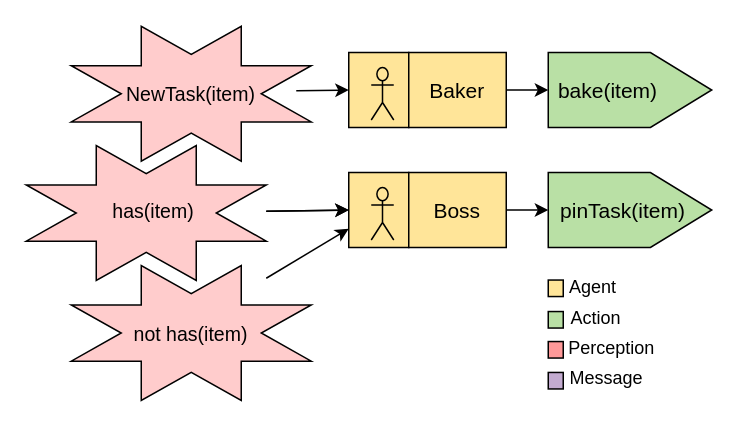
Above: examples/BakeryReact/Prometheus_Bakery.drawio in Maumagnaguagno/Locus (draw.io), before the change. Source tidied: cells renumbered, new cells numbered last; positions are measured from the earlier drawing's top-left corner, leaving out a move shared by most shapes. Both pictures are drawn from the tidied source at 150%, with x=0, y=0 at pixel (26, 8).
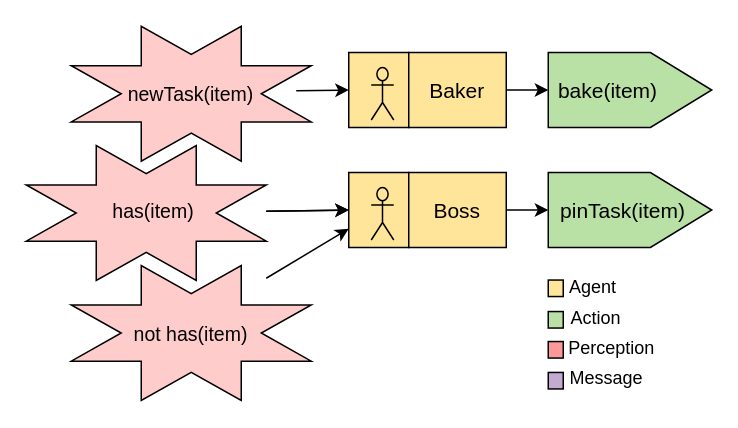
The same page after the edit.

Commit message (it also covers changes not shown here):
Fix typo in SVG [ci skip]

What changed in the source:
```diff
@@
-    <mxCell id="8" value="NewTask(item)" style="text;html=1;strokeColor=none;fillColor=none;align=center;verticalAlign=middle;whiteSpace=wrap;rounded=0;fontSize=13;" parent="1" vertex="1">
+    <mxCell id="8" value="newTask(item)" style="text;html=1;strokeColor=none;fillColor=none;align=center;verticalAlign=middle;whiteSpace=wrap;rounded=0;fontSize=13;" parent="1" vertex="1">
       <mxGeometry x="90" y="47" width="40" height="20" as="geometry" />
     </mxCell>
```
